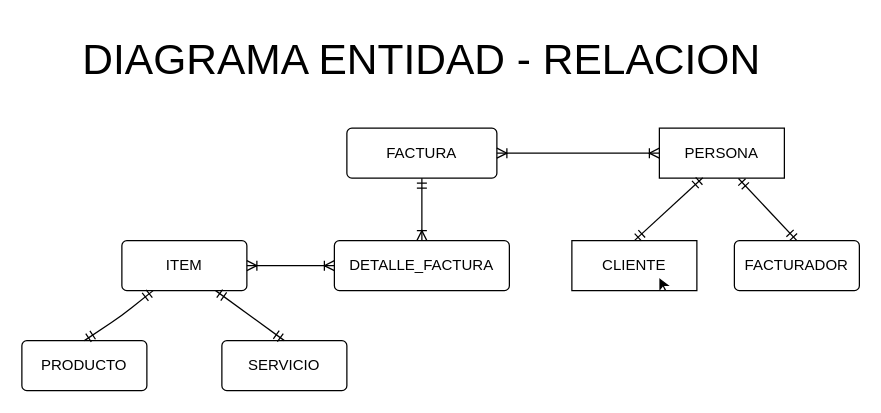
This is DIAGRAMAS/diagrama_entidad-relacion.drawio from Damn1selfCode/EFSRTIII-Grupo06, a draw.io file, before an edit. Source tidied: cells renumbered, new cells numbered last; positions are measured from the earlier drawing's top-left corner, leaving out a move shared by most shapes. Both pictures are drawn from the tidied source at 125%, with x=0, y=0 at pixel (21, 40).
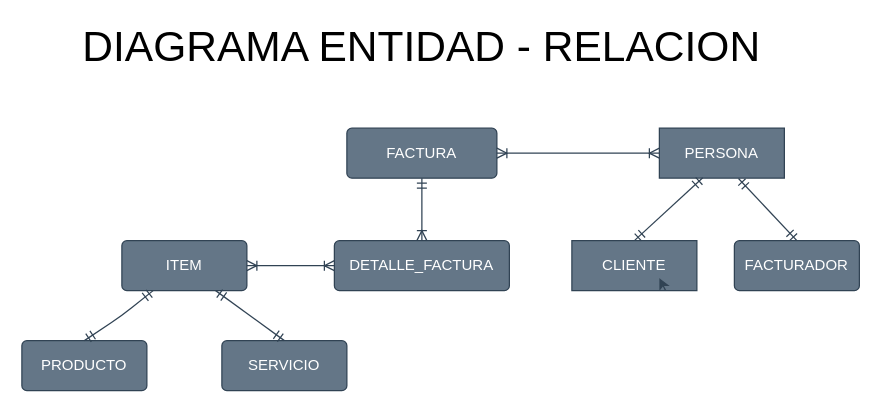
The same diagram, later.

Commit message:
BI_20230910 - Diagrama DER

The edit, as a diff of the source:
```diff
@@
-    <mxCell id="2" value="ITEM" style="rounded=1;arcSize=10;whiteSpace=wrap;html=1;align=center;" parent="1" vertex="1">
+    <mxCell id="2" value="ITEM" style="rounded=1;arcSize=10;whiteSpace=wrap;html=1;align=center;fillColor=#647687;strokeColor=#314354;fontColor=#ffffff;" parent="1" vertex="1">
       <mxGeometry x="80" y="160" width="100" height="40" as="geometry" />
     </mxCell>
-    <mxCell id="3" value="PRODUCTO" style="rounded=1;arcSize=10;whiteSpace=wrap;html=1;align=center;" parent="1" vertex="1">
+    <mxCell id="3" value="PRODUCTO" style="rounded=1;arcSize=10;whiteSpace=wrap;html=1;align=center;fillColor=#647687;strokeColor=#314354;fontColor=#ffffff;" parent="1" vertex="1">
       <mxGeometry y="240" width="100" height="40" as="geometry" />
     </mxCell>
-    <mxCell id="4" value="SERVICIO" style="rounded=1;arcSize=10;whiteSpace=wrap;html=1;align=center;" parent="1" vertex="1">
+    <mxCell id="4" value="SERVICIO" style="rounded=1;arcSize=10;whiteSpace=wrap;html=1;align=center;fillColor=#647687;strokeColor=#314354;fontColor=#ffffff;" parent="1" vertex="1">
       <mxGeometry x="160" y="240" width="100" height="40" as="geometry" />
     </mxCell>
-    <mxCell id="5" value="FACTURA" style="rounded=1;arcSize=10;whiteSpace=wrap;html=1;align=center;" parent="1" vertex="1">
+    <mxCell id="5" value="FACTURA" style="rounded=1;arcSize=10;whiteSpace=wrap;html=1;align=center;fillColor=#647687;strokeColor=#314354;fontColor=#ffffff;" parent="1" vertex="1">
       <mxGeometry x="260" y="70" width="120" height="40" as="geometry" />
     </mxCell>
-    <mxCell id="6" value="DETALLE_FACTURA" style="rounded=1;arcSize=10;whiteSpace=wrap;html=1;align=center;" parent="1" vertex="1">
+    <mxCell id="6" value="DETALLE_FACTURA" style="rounded=1;arcSize=10;whiteSpace=wrap;html=1;align=center;fillColor=#647687;strokeColor=#314354;fontColor=#ffffff;" parent="1" vertex="1">
       <mxGeometry x="250" y="160" width="140" height="40" as="geometry" />
     </mxCell>
-    <mxCell id="7" style="fontSize=12;html=1;endArrow=ERoneToMany;startArrow=ERmandOne;exitX=0.5;exitY=1;exitDx=0;exitDy=0;entryX=0.5;entryY=0;entryDx=0;entryDy=0;" parent="1" edge="1" source="5" target="6">
+    <mxCell id="7" style="fontSize=12;html=1;endArrow=ERoneToMany;startArrow=ERmandOne;exitX=0.5;exitY=1;exitDx=0;exitDy=0;entryX=0.5;entryY=0;entryDx=0;entryDy=0;fillColor=#647687;strokeColor=#314354;" parent="1" edge="1" source="5" target="6">
       <mxGeometry relative="1" as="geometry" />
     </mxCell>
-    <mxCell id="8" style="edgeStyle=entityRelationEdgeStyle;fontSize=12;html=1;endArrow=ERoneToMany;startArrow=ERoneToMany;exitX=1;exitY=0.5;exitDx=0;exitDy=0;entryX=0;entryY=0.5;entryDx=0;entryDy=0;" parent="1" edge="1" source="2" target="6">
+    <mxCell id="8" style="edgeStyle=entityRelationEdgeStyle;fontSize=12;html=1;endArrow=ERoneToMany;startArrow=ERoneToMany;exitX=1;exitY=0.5;exitDx=0;exitDy=0;entryX=0;entryY=0.5;entryDx=0;entryDy=0;fillColor=#647687;strokeColor=#314354;" parent="1" edge="1" source="2" target="6">
       <mxGeometry relative="1" as="geometry" />
     </mxCell>
-    <mxCell id="9" value="FACTURADOR" style="rounded=1;arcSize=10;whiteSpace=wrap;html=1;align=center;" parent="1" vertex="1">
+    <mxCell id="9" value="FACTURADOR" style="rounded=1;arcSize=10;whiteSpace=wrap;html=1;align=center;fillColor=#647687;strokeColor=#314354;fontColor=#ffffff;" parent="1" vertex="1">
       <mxGeometry x="570" y="160" width="100" height="40" as="geometry" />
     </mxCell>
-    <mxCell id="10" value="CLIENTE" style="whiteSpace=wrap;html=1;align=center;" parent="1" vertex="1">
+    <mxCell id="10" value="CLIENTE" style="whiteSpace=wrap;html=1;align=center;fillColor=#647687;strokeColor=#314354;fontColor=#ffffff;" parent="1" vertex="1">
       <mxGeometry x="440" y="160" width="100" height="40" as="geometry" />
     </mxCell>
-    <mxCell id="11" value="PERSONA" style="whiteSpace=wrap;html=1;align=center;" parent="1" vertex="1">
+    <mxCell id="11" value="PERSONA" style="whiteSpace=wrap;html=1;align=center;fillColor=#647687;strokeColor=#314354;fontColor=#ffffff;" parent="1" vertex="1">
       <mxGeometry x="510" y="70" width="100" height="40" as="geometry" />
     </mxCell>
-    <mxCell id="12" style="edgeStyle=none;html=1;exitX=0.75;exitY=1;exitDx=0;exitDy=0;entryX=0.7;entryY=0.75;entryDx=0;entryDy=0;entryPerimeter=0;" parent="1" edge="1" source="10" target="10">
+    <mxCell id="12" style="edgeStyle=none;html=1;exitX=0.75;exitY=1;exitDx=0;exitDy=0;entryX=0.7;entryY=0.75;entryDx=0;entryDy=0;entryPerimeter=0;fillColor=#647687;strokeColor=#314354;" parent="1" edge="1" source="10" target="10">
       <mxGeometry relative="1" as="geometry" />
     </mxCell>
-    <mxCell id="13" style="fontSize=12;html=1;endArrow=ERmandOne;startArrow=ERmandOne;entryX=0.347;entryY=0.992;entryDx=0;entryDy=0;exitX=0.5;exitY=0;exitDx=0;exitDy=0;entryPerimeter=0;" parent="1" edge="1" source="10" target="11">
+    <mxCell id="13" style="fontSize=12;html=1;endArrow=ERmandOne;startArrow=ERmandOne;entryX=0.347;entryY=0.992;entryDx=0;entryDy=0;exitX=0.5;exitY=0;exitDx=0;exitDy=0;entryPerimeter=0;fillColor=#647687;strokeColor=#314354;" parent="1" edge="1" source="10" target="11">
       <mxGeometry relative="1" as="geometry" />
     </mxCell>
-    <mxCell id="14" style="fontSize=12;html=1;endArrow=ERmandOne;startArrow=ERmandOne;exitX=0.5;exitY=0;exitDx=0;exitDy=0;entryX=0.633;entryY=1.008;entryDx=0;entryDy=0;entryPerimeter=0;" parent="1" edge="1" source="9" target="11">
+    <mxCell id="14" style="fontSize=12;html=1;endArrow=ERmandOne;startArrow=ERmandOne;exitX=0.5;exitY=0;exitDx=0;exitDy=0;entryX=0.633;entryY=1.008;entryDx=0;entryDy=0;entryPerimeter=0;fillColor=#647687;strokeColor=#314354;" parent="1" edge="1" source="9" target="11">
       <mxGeometry relative="1" as="geometry" />
     </mxCell>
-    <mxCell id="15" style="fontSize=12;html=1;endArrow=ERmandOne;startArrow=ERmandOne;entryX=0.25;entryY=1;entryDx=0;entryDy=0;exitX=0.5;exitY=0;exitDx=0;exitDy=0;" parent="1" edge="1" source="3" target="2">
+    <mxCell id="15" style="fontSize=12;html=1;endArrow=ERmandOne;startArrow=ERmandOne;entryX=0.25;entryY=1;entryDx=0;entryDy=0;exitX=0.5;exitY=0;exitDx=0;exitDy=0;fillColor=#647687;strokeColor=#314354;" parent="1" edge="1" source="3" target="2">
       <mxGeometry relative="1" as="geometry">
         <Array as="points">
           <mxPoint x="80" y="220" />
         </Array>
       </mxGeometry>
     </mxCell>
-    <mxCell id="16" style="fontSize=12;html=1;endArrow=ERmandOne;startArrow=ERmandOne;entryX=0.75;entryY=1;entryDx=0;entryDy=0;exitX=0.5;exitY=0;exitDx=0;exitDy=0;" parent="1" edge="1" source="4" target="2">
+    <mxCell id="16" style="fontSize=12;html=1;endArrow=ERmandOne;startArrow=ERmandOne;entryX=0.75;entryY=1;entryDx=0;entryDy=0;exitX=0.5;exitY=0;exitDx=0;exitDy=0;fillColor=#647687;strokeColor=#314354;" parent="1" edge="1" source="4" target="2">
       <mxGeometry relative="1" as="geometry" />
     </mxCell>
-    <mxCell id="17" style="edgeStyle=entityRelationEdgeStyle;fontSize=12;html=1;endArrow=ERoneToMany;startArrow=ERoneToMany;exitX=0;exitY=0.5;exitDx=0;exitDy=0;entryX=1;entryY=0.5;entryDx=0;entryDy=0;" parent="1" edge="1" source="11" target="5">
+    <mxCell id="17" style="edgeStyle=entityRelationEdgeStyle;fontSize=12;html=1;endArrow=ERoneToMany;startArrow=ERoneToMany;exitX=0;exitY=0.5;exitDx=0;exitDy=0;entryX=1;entryY=0.5;entryDx=0;entryDy=0;fillColor=#647687;strokeColor=#314354;" parent="1" edge="1" source="11" target="5">
       <mxGeometry relative="1" as="geometry" />
     </mxCell>
     <mxCell id="18" value="&lt;font style=&quot;font-size: 34px;&quot;&gt;DIAGRAMA ENTIDAD - RELACION&lt;/font&gt;" style="text;html=1;strokeColor=none;fillColor=none;align=center;verticalAlign=middle;whiteSpace=wrap;rounded=0;" parent="1" vertex="1">
-      <mxGeometry x="40" width="560" height="30" as="geometry" />
+      <mxGeometry x="40" y="-10" width="560" height="30" as="geometry" />
     </mxCell>
```
